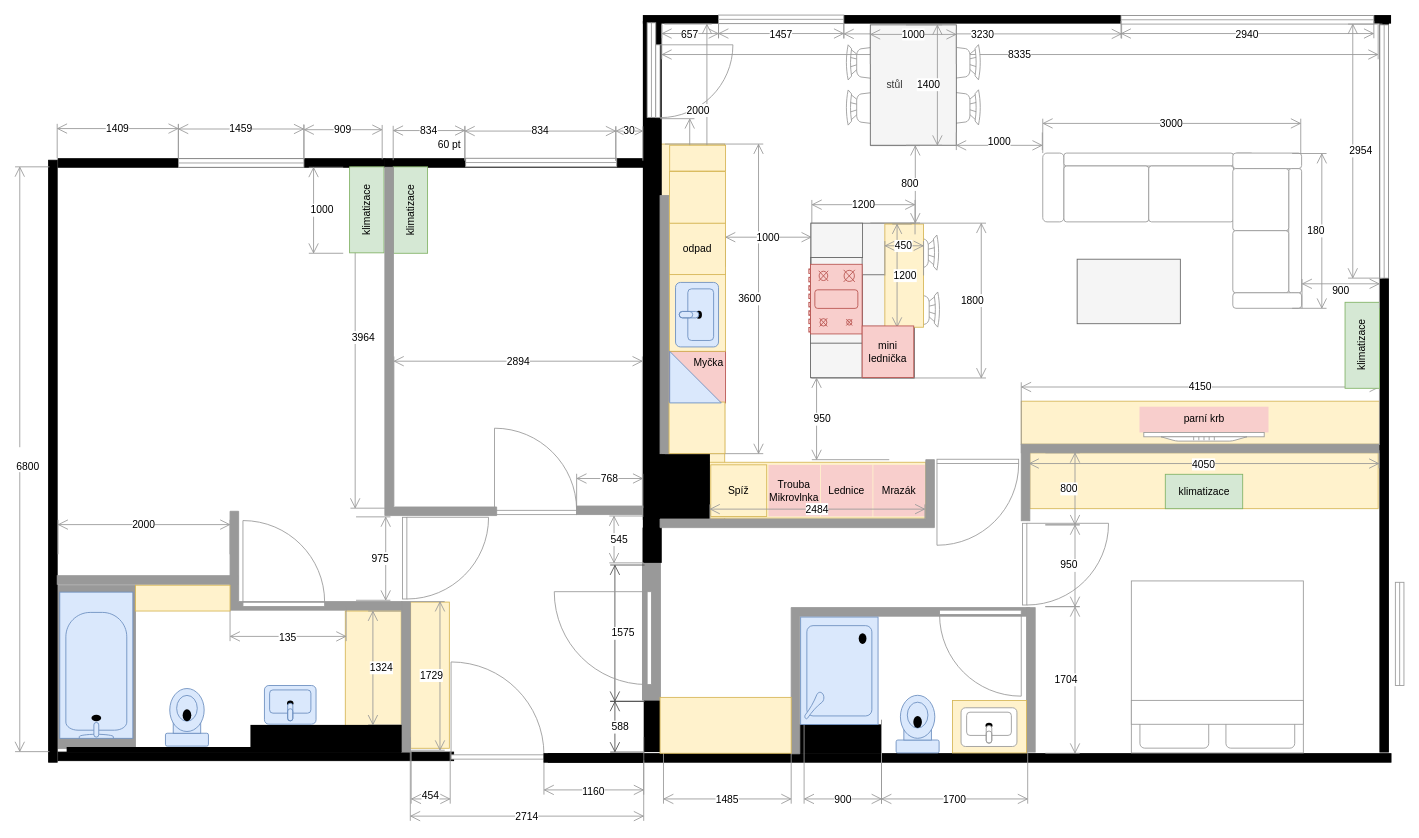
Above: page "final" (1 of 2) of docs/src/static/drawings/floor-plan.furniched.drawio in surquest/flat-renovation (draw.io), before the change. Source tidied: cells renumbered, new cells numbered last; positions are measured from the earlier drawing's top-left corner, leaving out a move shared by most shapes. Both pictures are drawn from the tidied source at 86%, with x=0, y=0 at pixel (15, 15).
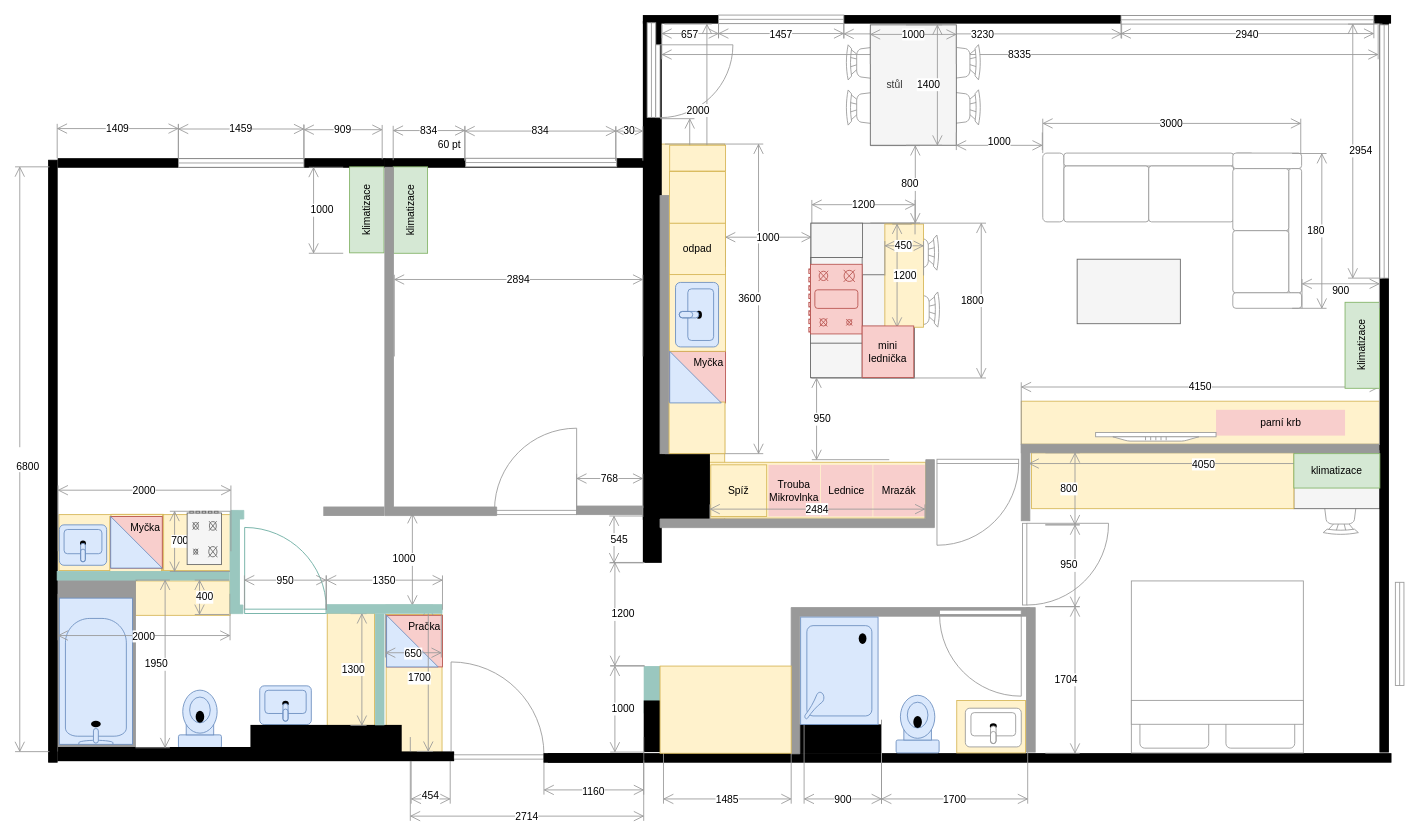
After the change.

Diff of the diagram source:
```diff
@@
+    <mxCell id="153" style="rounded=0;whiteSpace=wrap;html=1;strokeColor=#d6b656;fillColor=#fff2cc;" parent="1" vertex="1">
+      <mxGeometry x="51" y="580.9" width="200" height="65" as="geometry" />
+    </mxCell>
+    <mxCell id="154" style="rounded=0;whiteSpace=wrap;html=1;strokeColor=#d6b656;fillColor=#fff2cc;" parent="1" vertex="1">
+      <mxGeometry x="112.8" y="580.6" width="60" height="65" as="geometry" />
+    </mxCell>
+    <mxCell id="155" style="edgeStyle=orthogonalEdgeStyle;rounded=0;jettySize=auto;html=1;" parent="1" edge="1" source="156" target="168">
+      <mxGeometry relative="1" as="geometry" />
+    </mxCell>
+    <mxCell id="156" style="rounded=0;whiteSpace=wrap;html=1;strokeColor=#d6b656;fillColor=#fff2cc;" parent="1" vertex="1">
+      <mxGeometry x="111.5" y="580.6" width="60" height="65" as="geometry" />
+    </mxCell>
+    <mxCell id="157" style="rounded=0;whiteSpace=wrap;html=1;strokeColor=#d6b656;fillColor=#fff2cc;" parent="1" vertex="1">
+      <mxGeometry x="110.2" y="583" width="60" height="65" as="geometry" />
+    </mxCell>
+    <mxCell id="158" style="verticalLabelPosition=bottom;html=1;verticalAlign=top;align=center;shape=mxgraph.floorplan.chair;strokeColor=#999999;fillColor=#FFFFFF;direction=west;" parent="1" vertex="1">
+      <mxGeometry x="1521" y="552.5" width="41" height="52" as="geometry" />
+    </mxCell>
+    <mxCell id="159" style="rounded=0;whiteSpace=wrap;html=1;strokeColor=#666666;fillColor=#f5f5f5;fontColor=#333333;direction=south;" parent="1" vertex="1">
+      <mxGeometry x="1487" y="509" width="100" height="65" as="geometry" />
+    </mxCell>
+    <mxCell id="160" style="rounded=0;whiteSpace=wrap;html=1;strokeColor=none;fillColor=#9AC7BF;" parent="1" vertex="1">
+      <mxGeometry x="731" y="757" width="19" height="55" as="geometry" />
+    </mxCell>
+    <mxCell id="161" style="rounded=0;whiteSpace=wrap;html=1;strokeColor=#d6b656;fillColor=#fff2cc;" parent="1" vertex="1">
+      <mxGeometry x="140" y="658" width="110" height="40" as="geometry" />
+    </mxCell>
@@
     <mxCell id="3" value="parní krb" style="rounded=0;whiteSpace=wrap;html=1;strokeColor=none;fillColor=#f8cecc;" parent="1" vertex="1">
-      <mxGeometry x="1307.5" y="455.4" width="150" height="30" as="geometry" />
+      <mxGeometry x="1396.5" y="459" width="150" height="30" as="geometry" />
     </mxCell>
@@
-    <mxCell id="9" style="verticalLabelPosition=bottom;html=1;verticalAlign=top;align=center;shape=mxgraph.floorplan.wallCorner;fillColor=strokeColor;direction=north;strokeColor=#999999;" parent="1" vertex="1">
-      <mxGeometry x="250" y="577" width="200.1" height="115" as="geometry" />
-    </mxCell>
     <mxCell id="10" style="rounded=0;whiteSpace=wrap;html=1;strokeColor=#999999;fillColor=#999999;" parent="1" vertex="1">
-      <mxGeometry x="50" y="663" width="90" height="190" as="geometry" />
+      <mxGeometry x="50" y="657" width="90" height="200" as="geometry" />
     </mxCell>
-    <mxCell id="11" style="rounded=0;whiteSpace=wrap;html=1;strokeColor=none;fillColor=#999999;" parent="1" vertex="1">
-      <mxGeometry x="729" y="596" width="22" height="201" as="geometry" />
-    </mxCell>
@@
     <mxCell id="13" style="rounded=0;whiteSpace=wrap;html=1;strokeColor=#d6b656;fillColor=#fff2cc;" parent="1" vertex="1">
-      <mxGeometry x="460" y="682.6" width="45" height="170" as="geometry" />
+      <mxGeometry x="431.5" y="697" width="65" height="165" as="geometry" />
     </mxCell>
     <mxCell id="14" style="rounded=0;whiteSpace=wrap;html=1;strokeColor=#d6b656;fillColor=#fff2cc;" parent="1" vertex="1">
-      <mxGeometry x="384" y="693" width="65" height="134" as="geometry" />
+      <mxGeometry x="363" y="695.5" width="55" height="134" as="geometry" />
     </mxCell>
@@
     <mxCell id="20" style="rounded=0;whiteSpace=wrap;html=1;strokeColor=#d6b656;fillColor=#fff2cc;" parent="1" vertex="1">
-      <mxGeometry x="1180" y="509" width="405" height="65" as="geometry" />
+      <mxGeometry x="1182" y="509" width="305" height="65" as="geometry" />
     </mxCell>
@@
-    <mxCell id="39" value="588" style="shape=dimension;direction=south;whiteSpace=wrap;html=1;align=left;verticalAlign=middle;labelBackgroundColor=#ffffff;strokeColor=#4D4D4D;" parent="1" vertex="1">
-      <mxGeometry x="692" y="798" width="40" height="59" as="geometry" />
+    <mxCell id="39" value="1000" style="shape=dimension;direction=south;whiteSpace=wrap;html=1;align=left;verticalAlign=middle;labelBackgroundColor=#ffffff;strokeColor=#999999;" parent="1" vertex="1">
+      <mxGeometry x="692" y="757" width="40" height="100" as="geometry" />
     </mxCell>
-    <mxCell id="40" value="1575" style="shape=dimension;direction=south;whiteSpace=wrap;html=1;align=left;verticalAlign=middle;labelBackgroundColor=#ffffff;strokeColor=#4D4D4D;" parent="1" vertex="1">
-      <mxGeometry x="692" y="639.5" width="40" height="158.5" as="geometry" />
+    <mxCell id="40" value="1200" style="shape=dimension;direction=south;whiteSpace=wrap;html=1;align=left;verticalAlign=middle;labelBackgroundColor=#ffffff;strokeColor=#999999;" parent="1" vertex="1">
+      <mxGeometry x="692" y="636.5" width="40" height="120" as="geometry" />
     </mxCell>
-    <mxCell id="41" style="verticalLabelPosition=bottom;html=1;verticalAlign=top;align=center;shape=mxgraph.floorplan.wall;fillColor=strokeColor;strokeColor=#999999;" parent="1" vertex="1">
-      <mxGeometry x="49" y="651.9" width="210" height="10" as="geometry" />
-    </mxCell>
-    <mxCell id="42" style="verticalLabelPosition=bottom;html=1;verticalAlign=top;align=center;shape=mxgraph.floorplan.wall;fillColor=strokeColor;direction=south;strokeColor=#999999;" parent="1" vertex="1">
-      <mxGeometry x="449.6" y="682" width="10" height="175" as="geometry" />
-    </mxCell>
@@
-    <mxCell id="45" value="1729" style="shape=dimension;direction=north;whiteSpace=wrap;html=1;align=right;verticalAlign=middle;labelBackgroundColor=#ffffff;strokeColor=#999999;" parent="1" vertex="1">
-      <mxGeometry x="459.6" y="682" width="40" height="172.9" as="geometry" />
-    </mxCell>
-    <mxCell id="46" value="1324" style="shape=dimension;direction=south;whiteSpace=wrap;html=1;align=left;verticalAlign=middle;labelBackgroundColor=#ffffff;strokeColor=#999999;" parent="1" vertex="1">
-      <mxGeometry x="410.6" y="693" width="40" height="132.4" as="geometry" />
-    </mxCell>
-    <mxCell id="47" style="rounded=0;whiteSpace=wrap;html=1;strokeColor=none;fillColor=#000000;" parent="1" vertex="1">
-      <mxGeometry x="273.7" y="825.4" width="175.9" height="25.7" as="geometry" />
-    </mxCell>
-    <mxCell id="48" style="rounded=0;whiteSpace=wrap;html=1;strokeColor=none;fillColor=#000000;" parent="1" vertex="1">
-      <mxGeometry x="60" y="851.1" width="389.6" height="5.9" as="geometry" />
-    </mxCell>
-    <mxCell id="49" value="135" style="shape=dimension;whiteSpace=wrap;html=1;align=center;verticalAlign=bottom;spacingBottom=-5;labelBackgroundColor=#ffffff;strokeColor=#999999;fillColor=#000000;" parent="1" vertex="1">
-      <mxGeometry x="250" y="688" width="135" height="40" as="geometry" />
-    </mxCell>
@@
-    <mxCell id="51" value="2000" style="shape=dimension;direction=west;whiteSpace=wrap;html=1;align=center;verticalAlign=top;spacingTop=-8;labelBackgroundColor=#ffffff;strokeColor=#999999;fillColor=#999999;" parent="1" vertex="1">
-      <mxGeometry x="50" y="587" width="200" height="40" as="geometry" />
-    </mxCell>
-    <mxCell id="52" value="3964" style="shape=dimension;direction=south;whiteSpace=wrap;html=1;align=left;verticalAlign=middle;labelBackgroundColor=#ffffff;strokeColor=#999999;fillColor=#999999;" parent="1" vertex="1">
-      <mxGeometry x="390" y="177" width="40" height="396.4" as="geometry" />
-    </mxCell>
     <mxCell id="53" value="2894" style="shape=dimension;direction=west;whiteSpace=wrap;html=1;align=center;verticalAlign=top;spacingTop=-8;labelBackgroundColor=#ffffff;strokeColor=#999999;fillColor=#999999;" parent="1" vertex="1">
-      <mxGeometry x="440.5" y="397" width="289" height="173.9" as="geometry" />
+      <mxGeometry x="441" y="302" width="289" height="95" as="geometry" />
     </mxCell>
@@
-    <mxCell id="87" style="verticalLabelPosition=bottom;html=1;verticalAlign=top;align=center;shape=mxgraph.floorplan.doorRight;strokeColor=#999999;fillColor=none;flipH=1;flipV=1;" parent="1" vertex="1">
+    <mxCell id="87" style="verticalLabelPosition=bottom;html=1;verticalAlign=top;align=center;shape=mxgraph.floorplan.doorRight;strokeColor=#999999;fillColor=none;flipH=0;flipV=1;direction=east;" parent="1" vertex="1">
       <mxGeometry x="557.5" y="485.4" width="95.5" height="95.5" as="geometry" />
     </mxCell>
@@
     <mxCell id="106" style="rounded=0;whiteSpace=wrap;html=1;strokeColor=#d6b656;fillColor=#fff2cc;" parent="1" vertex="1">
-      <mxGeometry x="1090" y="797" width="86.2" height="61" as="geometry" />
+      <mxGeometry x="1095" y="797" width="80" height="61" as="geometry" />
     </mxCell>
     <mxCell id="107" style="verticalLabelPosition=bottom;html=1;verticalAlign=top;align=center;shape=mxgraph.floorplan.sink_2;strokeColor=#999999;fillColor=#FFFFFF;direction=west;" parent="1" vertex="1">
-      <mxGeometry x="1100" y="805.5" width="65" height="45" as="geometry" />
+      <mxGeometry x="1105" y="806" width="65" height="45" as="geometry" />
     </mxCell>
@@
     <mxCell id="112" style="rounded=0;whiteSpace=wrap;html=1;strokeColor=#d6b656;fillColor=#fff2cc;" parent="1" vertex="1">
-      <mxGeometry x="750" y="793.4" width="152.5" height="65" as="geometry" />
+      <mxGeometry x="750" y="757" width="152.5" height="101.4" as="geometry" />
     </mxCell>
@@
     <mxCell id="116" style="verticalLabelPosition=bottom;html=1;verticalAlign=top;align=center;shape=mxgraph.floorplan.bathtub;strokeColor=#6c8ebf;fillColor=#dae8fc;direction=north;" parent="1" vertex="1">
-      <mxGeometry x="52" y="671" width="85" height="170" as="geometry" />
+      <mxGeometry x="51.5" y="678" width="85" height="170" as="geometry" />
     </mxCell>
     <mxCell id="117" style="verticalLabelPosition=bottom;html=1;verticalAlign=top;align=center;shape=mxgraph.floorplan.toilet;strokeColor=#6c8ebf;fillColor=#dae8fc;direction=west;" parent="1" vertex="1">
-      <mxGeometry x="174.9" y="783.1" width="50" height="67" as="geometry" />
+      <mxGeometry x="190" y="785" width="50" height="67" as="geometry" />
     </mxCell>
     <mxCell id="118" style="verticalLabelPosition=bottom;html=1;verticalAlign=top;align=center;shape=mxgraph.floorplan.sink_2;strokeColor=#6c8ebf;fillColor=#dae8fc;direction=west;" parent="1" vertex="1">
-      <mxGeometry x="290" y="779.6" width="60" height="45" as="geometry" />
+      <mxGeometry x="284.5" y="780" width="60" height="45" as="geometry" />
     </mxCell>
@@
-    <mxCell id="123" style="verticalLabelPosition=bottom;html=1;verticalAlign=top;align=center;shape=mxgraph.floorplan.doorLeft;strokeColor=#999999;fillColor=#FFFFFF;flipH=0;flipV=1;direction=north;" parent="1" vertex="1">
-      <mxGeometry x="450.6" y="584" width="95" height="95" as="geometry" />
-    </mxCell>
-    <mxCell id="124" style="verticalLabelPosition=bottom;html=1;verticalAlign=top;align=center;shape=mxgraph.floorplan.doorRight;direction=north;strokeColor=#999999;flipH=1;flipV=0;" parent="1" vertex="1">
-      <mxGeometry x="625.2" y="670.5" width="114.8" height="108" as="geometry" />
-    </mxCell>
@@
-    <mxCell id="126" style="rounded=0;whiteSpace=wrap;html=1;strokeColor=#d6b656;fillColor=#fff2cc;" parent="1" vertex="1">
-      <mxGeometry x="140" y="663" width="110" height="30" as="geometry" />
-    </mxCell>
@@
-    <mxCell id="128" style="verticalLabelPosition=bottom;html=1;verticalAlign=top;align=center;shape=mxgraph.floorplan.doorLeft;strokeColor=#999999;fillColor=#FFFFFF;flipH=0;flipV=1;" parent="1" vertex="1">
-      <mxGeometry x="265" y="592.8" width="95" height="95" as="geometry" />
-    </mxCell>
@@
     <mxCell id="130" value="klimatizace" style="rounded=0;whiteSpace=wrap;html=1;labelBackgroundColor=none;strokeColor=#82b366;fillColor=#d5e8d4;flipV=0;direction=west;horizontal=1;" parent="1" vertex="1">
-      <mxGeometry x="1337.5" y="534" width="90" height="40" as="geometry" />
+      <mxGeometry x="1487" y="510" width="100" height="40" as="geometry" />
     </mxCell>
@@
-    <mxCell id="138" value="975" style="shape=dimension;direction=north;whiteSpace=wrap;html=1;align=right;verticalAlign=middle;labelBackgroundColor=#ffffff;strokeColor=#999999;" parent="1" vertex="1">
-      <mxGeometry x="396.5" y="583.5" width="40" height="97" as="geometry" />
-    </mxCell>
     <mxCell id="139" style="verticalLabelPosition=bottom;html=1;verticalAlign=top;align=center;shape=mxgraph.floorplan.flat_tv;strokeColor=#999999;fillColor=#FFFFFF;direction=west;" parent="1" vertex="1">
-      <mxGeometry x="1312.5" y="485.4" width="140" height="10" as="geometry" />
+      <mxGeometry x="1256.5" y="485.4" width="140" height="10" as="geometry" />
     </mxCell>
@@
+    <mxCell id="162" value="Pračka" style="rounded=0;whiteSpace=wrap;html=1;strokeColor=#b85450;fillColor=#f8cecc;verticalAlign=top;align=right;" parent="1" vertex="1">
+      <mxGeometry x="432" y="698" width="65" height="60" as="geometry" />
+    </mxCell>
+    <mxCell id="163" style="verticalLabelPosition=bottom;verticalAlign=top;html=1;shape=mxgraph.basic.orthogonal_triangle;strokeColor=#6c8ebf;fillColor=#dae8fc;" parent="1" vertex="1">
+      <mxGeometry x="432" y="698" width="60" height="60" as="geometry" />
+    </mxCell>
+    <mxCell id="164" style="verticalLabelPosition=bottom;html=1;verticalAlign=top;align=center;shape=mxgraph.floorplan.wall;fillColor=#000000;" parent="1" vertex="1">
+      <mxGeometry x="50" y="857" width="460" height="10" as="geometry" />
+    </mxCell>
+    <mxCell id="47" style="rounded=0;whiteSpace=wrap;html=1;strokeColor=none;fillColor=#000000;" parent="1" vertex="1">
+      <mxGeometry x="273.7" y="825.4" width="175.9" height="25.7" as="geometry" />
+    </mxCell>
+    <mxCell id="165" style="rounded=0;whiteSpace=wrap;html=1;strokeColor=none;fillColor=#000000;" parent="1" vertex="1">
+      <mxGeometry x="50" y="851.1" width="399.6" height="5.9" as="geometry" />
+    </mxCell>
+    <mxCell id="166" style="verticalLabelPosition=bottom;html=1;verticalAlign=top;align=center;shape=mxgraph.floorplan.wallCorner;fillColor=strokeColor;direction=north;strokeColor=#9AC7BF;" parent="1" vertex="1">
+      <mxGeometry x="250" y="577" width="15" height="119" as="geometry" />
+    </mxCell>
+    <mxCell id="167" style="verticalLabelPosition=bottom;html=1;verticalAlign=top;align=center;shape=mxgraph.floorplan.wall;fillColor=strokeColor;direction=south;strokeColor=#9AC7BF;" parent="1" vertex="1">
+      <mxGeometry x="419" y="696.4" width="10" height="129" as="geometry" />
+    </mxCell>
+    <mxCell id="168" style="verticalLabelPosition=bottom;html=1;verticalAlign=top;align=center;shape=mxgraph.floorplan.wall;fillColor=strokeColor;strokeColor=#9AC7BF;" parent="1" vertex="1">
+      <mxGeometry x="49" y="647" width="200" height="10" as="geometry" />
+    </mxCell>
+    <mxCell id="169" value="700" style="shape=dimension;direction=south;whiteSpace=wrap;html=1;align=left;verticalAlign=middle;labelBackgroundColor=#ffffff;strokeColor=#999999;" parent="1" vertex="1">
+      <mxGeometry x="180" y="577" width="70" height="70" as="geometry" />
+    </mxCell>
+    <mxCell id="170" value="650" style="shape=dimension;whiteSpace=wrap;html=1;align=center;verticalAlign=bottom;spacingBottom=-5;labelBackgroundColor=#ffffff;strokeColor=#999999;" parent="1" vertex="1">
+      <mxGeometry x="430.7" y="696" width="65" height="51" as="geometry" />
+    </mxCell>
+    <mxCell id="171" value="1700" style="shape=dimension;direction=north;whiteSpace=wrap;html=1;align=right;verticalAlign=middle;labelBackgroundColor=#ffffff;strokeColor=#999999;" parent="1" vertex="1">
+      <mxGeometry x="467.2" y="686.2" width="18.8" height="170" as="geometry" />
+    </mxCell>
+    <mxCell id="172" style="verticalLabelPosition=bottom;html=1;verticalAlign=top;align=center;shape=mxgraph.floorplan.doorRight;strokeColor=#67AB9F;fillColor=default;flipH=1;flipV=1;" parent="1" vertex="1">
+      <mxGeometry x="267" y="599.8" width="95" height="96" as="geometry" />
+    </mxCell>
+    <mxCell id="173" value="1000" style="shape=dimension;direction=north;whiteSpace=wrap;html=1;align=right;verticalAlign=middle;labelBackgroundColor=#ffffff;strokeColor=#999999;" parent="1" vertex="1">
+      <mxGeometry x="430.7" y="579.6" width="36.8" height="106.6" as="geometry" />
+    </mxCell>
+    <mxCell id="174" value="1300" style="shape=dimension;direction=north;whiteSpace=wrap;html=1;align=right;verticalAlign=middle;labelBackgroundColor=#ffffff;strokeColor=#999999;" parent="1" vertex="1">
+      <mxGeometry x="390" y="696" width="18.8" height="130" as="geometry" />
+    </mxCell>
+    <mxCell id="175" style="verticalLabelPosition=bottom;html=1;verticalAlign=top;align=center;shape=mxgraph.floorplan.wall;fillColor=strokeColor;strokeColor=#9AC7BF;" parent="1" vertex="1">
+      <mxGeometry x="361.5" y="685.6" width="135" height="10" as="geometry" />
+    </mxCell>
+    <mxCell id="176" value="1350" style="shape=dimension;direction=west;whiteSpace=wrap;html=1;align=center;verticalAlign=top;spacingTop=-8;labelBackgroundColor=#ffffff;strokeColor=#999999;" parent="1" vertex="1">
+      <mxGeometry x="362" y="651.6" width="135" height="40" as="geometry" />
+    </mxCell>
+    <mxCell id="177" value="950" style="shape=dimension;direction=west;whiteSpace=wrap;html=1;align=center;verticalAlign=top;spacingTop=-8;labelBackgroundColor=#ffffff;strokeColor=#999999;" parent="1" vertex="1">
+      <mxGeometry x="266.7" y="651.6" width="95" height="40" as="geometry" />
+    </mxCell>
+    <mxCell id="178" value="2000" style="shape=dimension;whiteSpace=wrap;html=1;align=center;verticalAlign=bottom;spacingBottom=-5;labelBackgroundColor=#ffffff;strokeColor=#999999;" parent="1" vertex="1">
+      <mxGeometry x="50" y="673" width="200" height="54" as="geometry" />
+    </mxCell>
+    <mxCell id="179" value="1950" style="shape=dimension;direction=north;whiteSpace=wrap;html=1;align=right;verticalAlign=middle;labelBackgroundColor=#ffffff;strokeColor=#999999;" parent="1" vertex="1">
+      <mxGeometry x="140" y="657" width="40" height="195" as="geometry" />
+    </mxCell>
+    <mxCell id="180" value="400" style="shape=dimension;direction=south;whiteSpace=wrap;html=1;align=left;verticalAlign=middle;labelBackgroundColor=#ffffff;strokeColor=#999999;" parent="1" vertex="1">
+      <mxGeometry x="209" y="657" width="40" height="40" as="geometry" />
+    </mxCell>
+    <mxCell id="181" style="verticalLabelPosition=bottom;html=1;verticalAlign=top;align=center;shape=mxgraph.floorplan.wall;fillColor=strokeColor;strokeColor=#999999;" parent="1" vertex="1">
+      <mxGeometry x="359" y="572" width="70" height="10" as="geometry" />
+    </mxCell>
+    <mxCell id="182" style="verticalLabelPosition=bottom;html=1;verticalAlign=top;align=center;shape=mxgraph.floorplan.wallCorner;fillColor=strokeColor;direction=south;strokeColor=#9AC7BF;flipV=0;flipH=1;" parent="1" vertex="1">
+      <mxGeometry x="251" y="576" width="15" height="119" as="geometry" />
+    </mxCell>
+    <mxCell id="183" style="verticalLabelPosition=bottom;html=1;verticalAlign=top;align=center;shape=mxgraph.floorplan.sink_2;strokeColor=#6c8ebf;fillColor=#dae8fc;direction=west;" parent="1" vertex="1">
+      <mxGeometry x="51.5" y="592.8" width="55" height="47" as="geometry" />
+    </mxCell>
+    <mxCell id="51" value="2000" style="shape=dimension;direction=west;whiteSpace=wrap;html=1;align=center;verticalAlign=top;spacingTop=-8;labelBackgroundColor=#ffffff;strokeColor=#999999;fillColor=#999999;" parent="1" vertex="1">
+      <mxGeometry x="50" y="547" width="201" height="76.5" as="geometry" />
+    </mxCell>
+    <mxCell id="184" value="Myčka" style="rounded=0;whiteSpace=wrap;html=1;strokeColor=#b85450;fillColor=#f8cecc;verticalAlign=top;align=right;" parent="1" vertex="1">
+      <mxGeometry x="111.2" y="583.1" width="60" height="60" as="geometry" />
+    </mxCell>
+    <mxCell id="185" style="verticalLabelPosition=bottom;verticalAlign=top;html=1;shape=mxgraph.basic.orthogonal_triangle;strokeColor=#6c8ebf;fillColor=#dae8fc;" parent="1" vertex="1">
+      <mxGeometry x="111.2" y="583.1" width="60" height="60" as="geometry" />
+    </mxCell>
+    <mxCell id="186" style="verticalLabelPosition=bottom;html=1;verticalAlign=top;align=center;shape=mxgraph.floorplan.range_1;strokeColor=#666666;fillColor=#f5f5f5;fontColor=#333333;direction=west;" parent="1" vertex="1">
+      <mxGeometry x="200.1" y="577" width="39.9" height="62" as="geometry" />
+    </mxCell>
```
